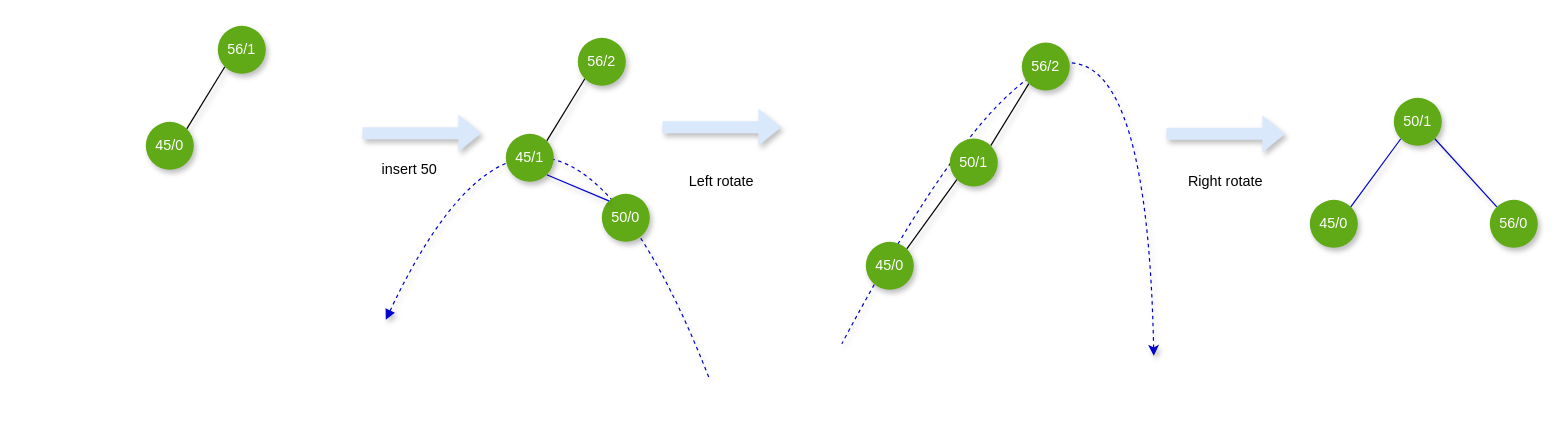
Above: pages/programming/data-structure-and-algorithms/bst-avl-red-black.drawio in songtianyi/songtianyi.github.io (draw.io), before the change. Source tidied: cells renumbered, new cells numbered last; positions are measured from the earlier drawing's top-left corner, leaving out a move shared by most shapes. Both pictures are drawn from the tidied source at 120%, with x=0, y=0 at pixel (145, -221).
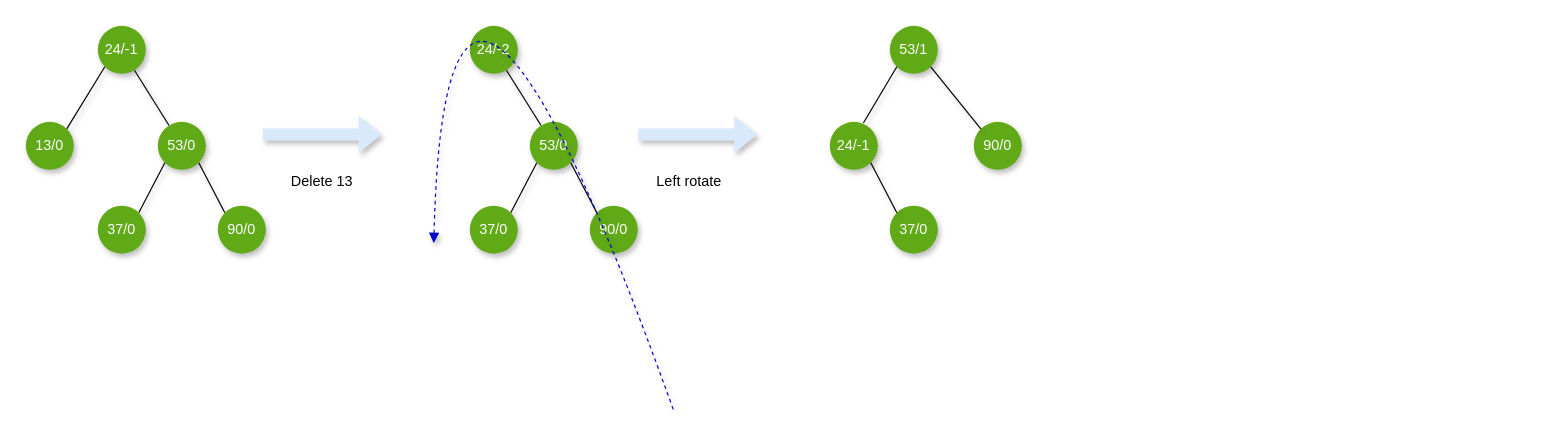
The same page after the edit.

What changed in the source:
```diff
@@
-    <mxCell id="1" parent="0" />
-    <mxCell id="2" style="curved=1;endArrow=none;html=1;shadow=1;dashed=1;strokeColor=#0000CC;startArrow=block;startFill=1;endFill=0;" parent="1" edge="1">
-      <mxGeometry relative="1" as="geometry">
-        <mxPoint x="200" y="450" as="sourcePoint" />
-        <mxPoint x="470" y="500" as="targetPoint" />
-        <Array as="points">
-          <mxPoint x="337" y="160" />
-        </Array>
-      </mxGeometry>
-    </mxCell>
-    <mxCell id="3" style="curved=1;endArrow=none;html=1;shadow=1;dashed=1;strokeColor=#0000CC;startArrow=classic;startFill=1;endFill=0;" parent="1" edge="1">
-      <mxGeometry relative="1" as="geometry">
-        <mxPoint x="840" y="480" as="sourcePoint" />
-        <mxPoint x="580" y="470" as="targetPoint" />
-        <Array as="points">
-          <mxPoint x="830" />
-        </Array>
-      </mxGeometry>
-    </mxCell>
-    <mxCell id="4" value="50/0" style="ellipse;whiteSpace=wrap;html=1;shadow=1;fillColor=#60a917;fontColor=#ffffff;strokeColor=none;" parent="1" vertex="1">
-      <mxGeometry x="380" y="345" width="40" height="40" as="geometry" />
-    </mxCell>
-    <mxCell id="5" style="rounded=0;jettySize=auto;html=1;exitX=0;exitY=1;exitDx=0;exitDy=0;entryX=1;entryY=0;entryDx=0;entryDy=0;endArrow=none;endFill=0;shadow=1;fillColor=#60a917;" parent="1" edge="1" source="6" target="7">
-      <mxGeometry relative="1" as="geometry" />
-    </mxCell>
-    <mxCell id="6" value="56/1" style="ellipse;whiteSpace=wrap;html=1;shadow=1;fillColor=#60a917;fontColor=#ffffff;strokeColor=none;" parent="1" vertex="1">
-      <mxGeometry x="60" y="205" width="40" height="40" as="geometry" />
-    </mxCell>
-    <mxCell id="7" value="45/0" style="ellipse;whiteSpace=wrap;html=1;shadow=1;fillColor=#60a917;fontColor=#ffffff;strokeColor=none;" parent="1" vertex="1">
-      <mxGeometry y="285" width="40" height="40" as="geometry" />
-    </mxCell>
-    <mxCell id="8" style="shape=flexArrow;endArrow=classic;html=1;fillColor=#dae8fc;shadow=1;strokeColor=none;" parent="1" edge="1">
-      <mxGeometry relative="1" as="geometry">
-        <mxPoint x="180" y="294.5" as="sourcePoint" />
-        <mxPoint x="280" y="294.5" as="targetPoint" />
-        <Array as="points">
-          <mxPoint x="200" y="294.5" />
-        </Array>
-      </mxGeometry>
-    </mxCell>
-    <mxCell id="9" value="insert 50" style="text;html=1;strokeColor=none;fillColor=none;align=center;verticalAlign=middle;whiteSpace=wrap;rounded=0;" parent="1" vertex="1">
-      <mxGeometry x="160" y="315" width="120" height="20" as="geometry" />
-    </mxCell>
-    <mxCell id="10" style="shape=flexArrow;endArrow=classic;html=1;fillColor=#dae8fc;shadow=1;strokeColor=none;" parent="1" edge="1">
-      <mxGeometry relative="1" as="geometry">
-        <mxPoint x="430" y="289.5" as="sourcePoint" />
-        <mxPoint x="530" y="289.5" as="targetPoint" />
-      </mxGeometry>
-    </mxCell>
+    <mxCell id="28" parent="0" />
+    <mxCell id="29" style="rounded=0;jettySize=auto;html=1;exitX=0;exitY=1;exitDx=0;exitDy=0;entryX=1;entryY=0;entryDx=0;entryDy=0;endArrow=none;endFill=0;shadow=1;fillColor=#60a917;" parent="28" edge="1" source="31" target="32">
+      <mxGeometry relative="1" as="geometry" />
+    </mxCell>
+    <mxCell id="30" style="edgeStyle=none;rounded=0;jettySize=auto;html=1;shadow=1;startArrow=none;startFill=0;endArrow=none;endFill=0;strokeColor=#000000;" parent="28" edge="1" source="31" target="35">
+      <mxGeometry relative="1" as="geometry" />
+    </mxCell>
+    <mxCell id="31" value="24/-1" style="ellipse;whiteSpace=wrap;html=1;shadow=1;fillColor=#60a917;fontColor=#ffffff;strokeColor=none;" parent="28" vertex="1">
+      <mxGeometry x="-40" y="205" width="40" height="40" as="geometry" />
+    </mxCell>
+    <mxCell id="32" value="13/0" style="ellipse;whiteSpace=wrap;html=1;shadow=1;fillColor=#60a917;fontColor=#ffffff;strokeColor=none;" parent="28" vertex="1">
+      <mxGeometry x="-100" y="285" width="40" height="40" as="geometry" />
+    </mxCell>
+    <mxCell id="33" style="edgeStyle=none;rounded=0;jettySize=auto;html=1;exitX=1;exitY=1;exitDx=0;exitDy=0;entryX=0;entryY=0;entryDx=0;entryDy=0;shadow=1;startArrow=none;startFill=0;endArrow=none;endFill=0;strokeColor=#000000;" parent="28" edge="1" source="35" target="36">
+      <mxGeometry relative="1" as="geometry" />
+    </mxCell>
+    <mxCell id="34" style="edgeStyle=none;rounded=0;jettySize=auto;html=1;exitX=0;exitY=1;exitDx=0;exitDy=0;entryX=1;entryY=0;entryDx=0;entryDy=0;shadow=1;startArrow=none;startFill=0;endArrow=none;endFill=0;strokeColor=#000000;" parent="28" edge="1" source="35" target="37">
+      <mxGeometry relative="1" as="geometry" />
+    </mxCell>
+    <mxCell id="35" value="53/0" style="ellipse;whiteSpace=wrap;html=1;shadow=1;fillColor=#60a917;fontColor=#ffffff;strokeColor=none;" parent="28" vertex="1">
+      <mxGeometry x="10" y="285" width="40" height="40" as="geometry" />
+    </mxCell>
+    <mxCell id="36" value="90/0" style="ellipse;whiteSpace=wrap;html=1;shadow=1;fillColor=#60a917;fontColor=#ffffff;strokeColor=none;" parent="28" vertex="1">
+      <mxGeometry x="60" y="354.9" width="40" height="40" as="geometry" />
+    </mxCell>
+    <mxCell id="37" value="37/0" style="ellipse;whiteSpace=wrap;html=1;shadow=1;fillColor=#60a917;fontColor=#ffffff;strokeColor=none;" parent="28" vertex="1">
+      <mxGeometry x="-40" y="354.9" width="40" height="40" as="geometry" />
+    </mxCell>
+    <mxCell id="38" style="shape=flexArrow;endArrow=classic;html=1;fillColor=#dae8fc;shadow=1;strokeColor=none;" parent="28" edge="1">
+      <mxGeometry relative="1" as="geometry">
+        <mxPoint x="97" y="295.6" as="sourcePoint" />
+        <mxPoint x="197" y="295.6" as="targetPoint" />
+      </mxGeometry>
+    </mxCell>
+    <mxCell id="39" style="edgeStyle=none;rounded=0;jettySize=auto;html=1;shadow=1;startArrow=none;startFill=0;endArrow=none;endFill=0;strokeColor=#000000;" parent="28" edge="1" source="40" target="43">
+      <mxGeometry relative="1" as="geometry" />
+    </mxCell>
+    <mxCell id="40" value="24/-2" style="ellipse;whiteSpace=wrap;html=1;shadow=1;fillColor=#60a917;fontColor=#ffffff;strokeColor=none;" parent="28" vertex="1">
+      <mxGeometry x="270" y="205" width="40" height="40" as="geometry" />
+    </mxCell>
+    <mxCell id="41" style="edgeStyle=none;rounded=0;jettySize=auto;html=1;exitX=1;exitY=1;exitDx=0;exitDy=0;entryX=0;entryY=0;entryDx=0;entryDy=0;shadow=1;startArrow=none;startFill=0;endArrow=none;endFill=0;strokeColor=#000000;" parent="28" edge="1" source="43" target="44">
+      <mxGeometry relative="1" as="geometry" />
+    </mxCell>
+    <mxCell id="42" style="edgeStyle=none;rounded=0;jettySize=auto;html=1;exitX=0;exitY=1;exitDx=0;exitDy=0;entryX=1;entryY=0;entryDx=0;entryDy=0;shadow=1;startArrow=none;startFill=0;endArrow=none;endFill=0;strokeColor=#000000;" parent="28" edge="1" source="43" target="45">
+      <mxGeometry relative="1" as="geometry" />
+    </mxCell>
+    <mxCell id="43" value="53/0" style="ellipse;whiteSpace=wrap;html=1;shadow=1;fillColor=#60a917;fontColor=#ffffff;strokeColor=none;" parent="28" vertex="1">
+      <mxGeometry x="320" y="285" width="40" height="40" as="geometry" />
+    </mxCell>
+    <mxCell id="44" value="90/0" style="ellipse;whiteSpace=wrap;html=1;shadow=1;fillColor=#60a917;fontColor=#ffffff;strokeColor=none;" parent="28" vertex="1">
+      <mxGeometry x="370" y="354.9" width="40" height="40" as="geometry" />
+    </mxCell>
+    <mxCell id="45" value="37/0" style="ellipse;whiteSpace=wrap;html=1;shadow=1;fillColor=#60a917;fontColor=#ffffff;strokeColor=none;" parent="28" vertex="1">
+      <mxGeometry x="270" y="354.9" width="40" height="40" as="geometry" />
+    </mxCell>
+    <mxCell id="46" style="shape=flexArrow;endArrow=classic;html=1;fillColor=#dae8fc;shadow=1;strokeColor=none;" parent="28" edge="1">
+      <mxGeometry relative="1" as="geometry">
+        <mxPoint x="410" y="295.6" as="sourcePoint" />
+        <mxPoint x="510" y="295.6" as="targetPoint" />
+      </mxGeometry>
+    </mxCell>
+    <mxCell id="47" style="curved=1;endArrow=none;html=1;shadow=1;dashed=1;strokeColor=#0000CC;startArrow=block;startFill=1;endFill=0;" parent="28" edge="1">
+      <mxGeometry relative="1" as="geometry">
+        <mxPoint x="240" y="386" as="sourcePoint" />
+        <mxPoint x="440" y="526" as="targetPoint" />
+        <Array as="points">
+          <mxPoint x="250" y="-4" />
+        </Array>
+      </mxGeometry>
+    </mxCell>
+    <mxCell id="48" value="53/1" style="ellipse;whiteSpace=wrap;html=1;shadow=1;fillColor=#60a917;fontColor=#ffffff;strokeColor=none;" parent="28" vertex="1">
+      <mxGeometry x="620" y="205" width="40" height="40" as="geometry" />
+    </mxCell>
+    <mxCell id="49" value="24/-1" style="ellipse;whiteSpace=wrap;html=1;shadow=1;fillColor=#60a917;fontColor=#ffffff;strokeColor=none;" parent="28" vertex="1">
+      <mxGeometry x="570" y="285" width="40" height="40" as="geometry" />
+    </mxCell>
+    <mxCell id="50" value="90/0" style="ellipse;whiteSpace=wrap;html=1;shadow=1;fillColor=#60a917;fontColor=#ffffff;strokeColor=none;" parent="28" vertex="1">
+      <mxGeometry x="690" y="285" width="40" height="40" as="geometry" />
+    </mxCell>
+    <mxCell id="51" value="37/0" style="ellipse;whiteSpace=wrap;html=1;shadow=1;fillColor=#60a917;fontColor=#ffffff;strokeColor=none;" parent="28" vertex="1">
+      <mxGeometry x="620" y="354.9" width="40" height="40" as="geometry" />
+    </mxCell>
+    <mxCell id="52" style="edgeStyle=none;rounded=0;jettySize=auto;html=1;shadow=1;startArrow=none;startFill=0;endArrow=none;endFill=0;strokeColor=#000000;entryX=0;entryY=0;entryDx=0;entryDy=0;exitX=1;exitY=1;exitDx=0;exitDy=0;" parent="28" edge="1" source="48" target="50">
+      <mxGeometry relative="1" as="geometry" />
+    </mxCell>
+    <mxCell id="53" style="edgeStyle=none;rounded=0;jettySize=auto;html=1;exitX=0;exitY=1;exitDx=0;exitDy=0;entryX=0.7;entryY=0.025;entryDx=0;entryDy=0;shadow=1;startArrow=none;startFill=0;endArrow=none;endFill=0;strokeColor=#000000;entryPerimeter=0;" parent="28" edge="1" source="48" target="49">
+      <mxGeometry relative="1" as="geometry" />
+    </mxCell>
+    <mxCell id="54" style="edgeStyle=none;rounded=0;jettySize=auto;html=1;shadow=1;startArrow=none;startFill=0;endArrow=none;endFill=0;strokeColor=#000000;entryX=0;entryY=0;entryDx=0;entryDy=0;exitX=1;exitY=1;exitDx=0;exitDy=0;" parent="28" edge="1" source="49" target="51">
+      <mxGeometry relative="1" as="geometry" />
+    </mxCell>
+    <mxCell id="55" value="Delete 13" style="text;html=1;strokeColor=none;fillColor=none;align=center;verticalAlign=middle;whiteSpace=wrap;rounded=0;" parent="28" vertex="1">
+      <mxGeometry x="114" y="325" width="66" height="20" as="geometry" />
+    </mxCell>
-    <mxCell id="11" value="Left rotate" style="text;html=1;strokeColor=none;fillColor=none;align=center;verticalAlign=middle;whiteSpace=wrap;rounded=0;" parent="1" vertex="1">
-      <mxGeometry x="420" y="325" width="120" height="20" as="geometry" />
+    <mxCell id="11" value="Left rotate" style="text;html=1;strokeColor=none;fillColor=none;align=center;verticalAlign=middle;whiteSpace=wrap;rounded=0;" parent="28" vertex="1">
+      <mxGeometry x="420" y="325" width="66" height="20" as="geometry" />
     </mxCell>
-    <mxCell id="12" style="shape=flexArrow;endArrow=classic;html=1;fillColor=#dae8fc;shadow=1;strokeColor=none;" parent="1" edge="1">
-      <mxGeometry relative="1" as="geometry">
-        <mxPoint x="850" y="295" as="sourcePoint" />
-        <mxPoint x="950" y="295" as="targetPoint" />
-      </mxGeometry>
-    </mxCell>
-    <mxCell id="13" value="45/0" style="ellipse;whiteSpace=wrap;html=1;shadow=1;fillColor=#60a917;fontColor=#ffffff;strokeColor=none;" parent="1" vertex="1">
-      <mxGeometry x="970" y="350" width="40" height="40" as="geometry" />
-    </mxCell>
-    <mxCell id="14" value="Right rotate" style="text;html=1;strokeColor=none;fillColor=none;align=center;verticalAlign=middle;whiteSpace=wrap;rounded=0;" parent="1" vertex="1">
-      <mxGeometry x="840" y="325" width="120" height="20" as="geometry" />
-    </mxCell>
-    <mxCell id="15" style="edgeStyle=none;rounded=0;jettySize=auto;html=1;exitX=0;exitY=1;exitDx=0;exitDy=0;entryX=1;entryY=0;entryDx=0;entryDy=0;shadow=1;endArrow=none;endFill=0;strokeColor=#0000CC;" parent="1" edge="1" source="17" target="13">
-      <mxGeometry relative="1" as="geometry" />
-    </mxCell>
-    <mxCell id="16" style="edgeStyle=none;rounded=0;jettySize=auto;html=1;exitX=1;exitY=1;exitDx=0;exitDy=0;entryX=0;entryY=0;entryDx=0;entryDy=0;shadow=1;endArrow=none;endFill=0;strokeColor=#0000CC;" parent="1" edge="1" source="17" target="18">
-      <mxGeometry relative="1" as="geometry" />
-    </mxCell>
-    <mxCell id="17" value="50/1" style="ellipse;whiteSpace=wrap;html=1;shadow=1;fillColor=#60a917;fontColor=#ffffff;strokeColor=none;" parent="1" vertex="1">
-      <mxGeometry x="1040" y="265" width="40" height="40" as="geometry" />
-    </mxCell>
-    <mxCell id="18" value="56/0" style="ellipse;whiteSpace=wrap;html=1;shadow=1;fillColor=#60a917;fontColor=#ffffff;strokeColor=none;" parent="1" vertex="1">
-      <mxGeometry x="1120" y="350" width="40" height="40" as="geometry" />
-    </mxCell>
-    <mxCell id="19" style="rounded=0;jettySize=auto;html=1;exitX=0;exitY=1;exitDx=0;exitDy=0;entryX=1;entryY=0;entryDx=0;entryDy=0;endArrow=none;endFill=0;shadow=1;fillColor=#60a917;" parent="1" edge="1" source="20" target="22">
-      <mxGeometry relative="1" as="geometry" />
-    </mxCell>
-    <mxCell id="20" value="56/2" style="ellipse;whiteSpace=wrap;html=1;shadow=1;fillColor=#60a917;fontColor=#ffffff;strokeColor=none;" parent="1" vertex="1">
-      <mxGeometry x="360" y="215" width="40" height="40" as="geometry" />
-    </mxCell>
-    <mxCell id="21" style="edgeStyle=none;rounded=0;jettySize=auto;html=1;exitX=1;exitY=1;exitDx=0;exitDy=0;entryX=0;entryY=0;entryDx=0;entryDy=0;shadow=1;endArrow=none;endFill=0;strokeColor=#0000CC;" parent="1" edge="1" source="22" target="4">
-      <mxGeometry relative="1" as="geometry" />
-    </mxCell>
-    <mxCell id="22" value="45/1" style="ellipse;whiteSpace=wrap;html=1;shadow=1;fillColor=#60a917;fontColor=#ffffff;strokeColor=none;" parent="1" vertex="1">
-      <mxGeometry x="300" y="295" width="40" height="40" as="geometry" />
-    </mxCell>
-    <mxCell id="23" style="rounded=0;jettySize=auto;html=1;exitX=0;exitY=1;exitDx=0;exitDy=0;entryX=1;entryY=0;entryDx=0;entryDy=0;endArrow=none;endFill=0;shadow=1;fillColor=#60a917;" parent="1" edge="1" source="24" target="25">
-      <mxGeometry relative="1" as="geometry" />
-    </mxCell>
-    <mxCell id="24" value="56/2" style="ellipse;whiteSpace=wrap;html=1;shadow=1;fillColor=#60a917;fontColor=#ffffff;strokeColor=none;" parent="1" vertex="1">
-      <mxGeometry x="730" y="219" width="40" height="40" as="geometry" />
-    </mxCell>
-    <mxCell id="25" value="50/1" style="ellipse;whiteSpace=wrap;html=1;shadow=1;fillColor=#60a917;fontColor=#ffffff;strokeColor=none;" parent="1" vertex="1">
-      <mxGeometry x="670" y="299" width="40" height="40" as="geometry" />
-    </mxCell>
-    <mxCell id="26" style="edgeStyle=none;rounded=0;jettySize=auto;html=1;exitX=1;exitY=0;exitDx=0;exitDy=0;entryX=0;entryY=1;entryDx=0;entryDy=0;shadow=1;startArrow=none;startFill=0;endArrow=none;endFill=0;" parent="1" edge="1" source="27" target="25">
-      <mxGeometry relative="1" as="geometry" />
-    </mxCell>
-    <mxCell id="27" value="45/0" style="ellipse;whiteSpace=wrap;html=1;shadow=1;fillColor=#60a917;fontColor=#ffffff;strokeColor=none;" parent="1" vertex="1">
-      <mxGeometry x="600" y="385" width="40" height="40" as="geometry" />
-    </mxCell>
```
